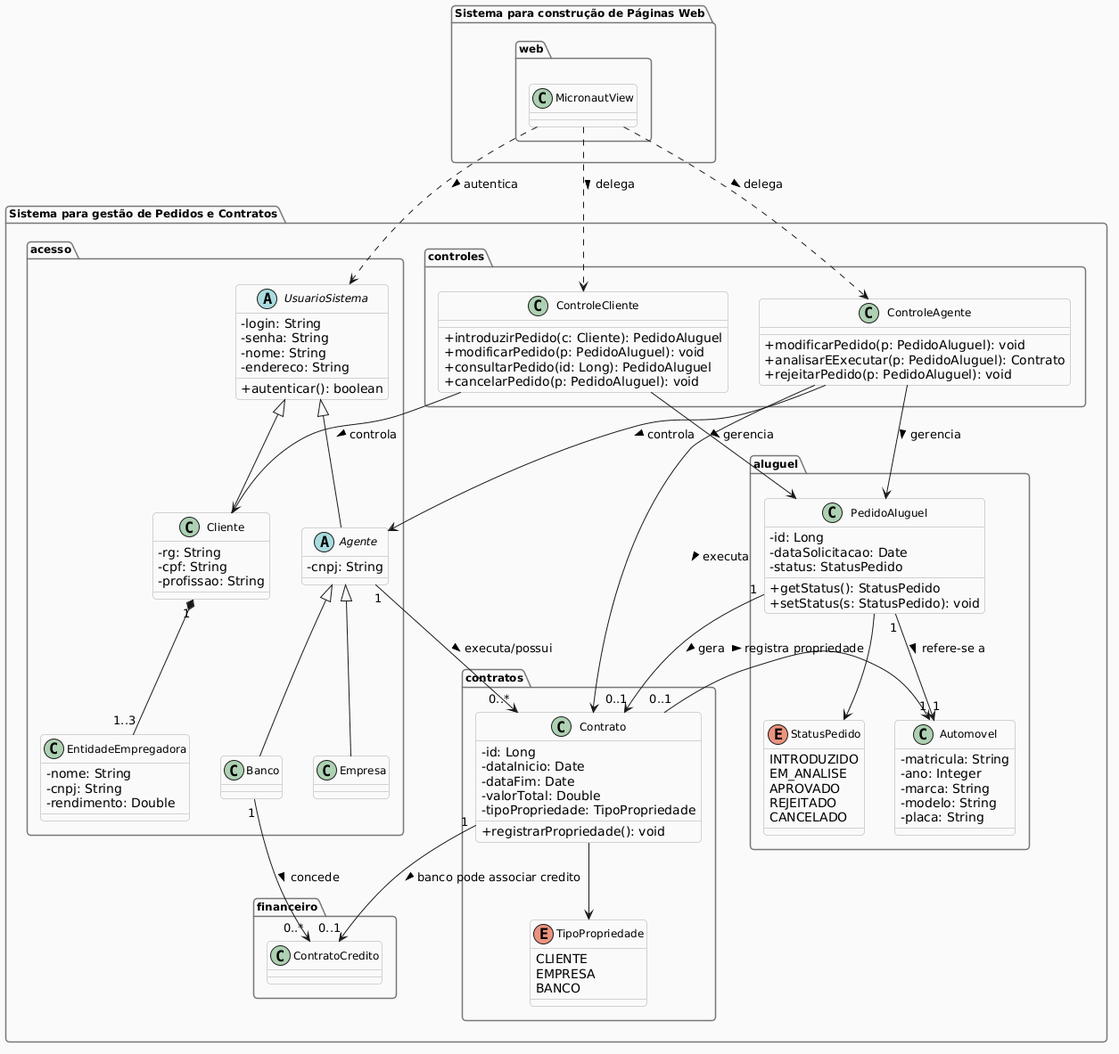
Above: docs/uml_classes_pacotes.png in Laboratorio-desenvolvimento/sistema-aluguel-carros (PlantUML), before the change.
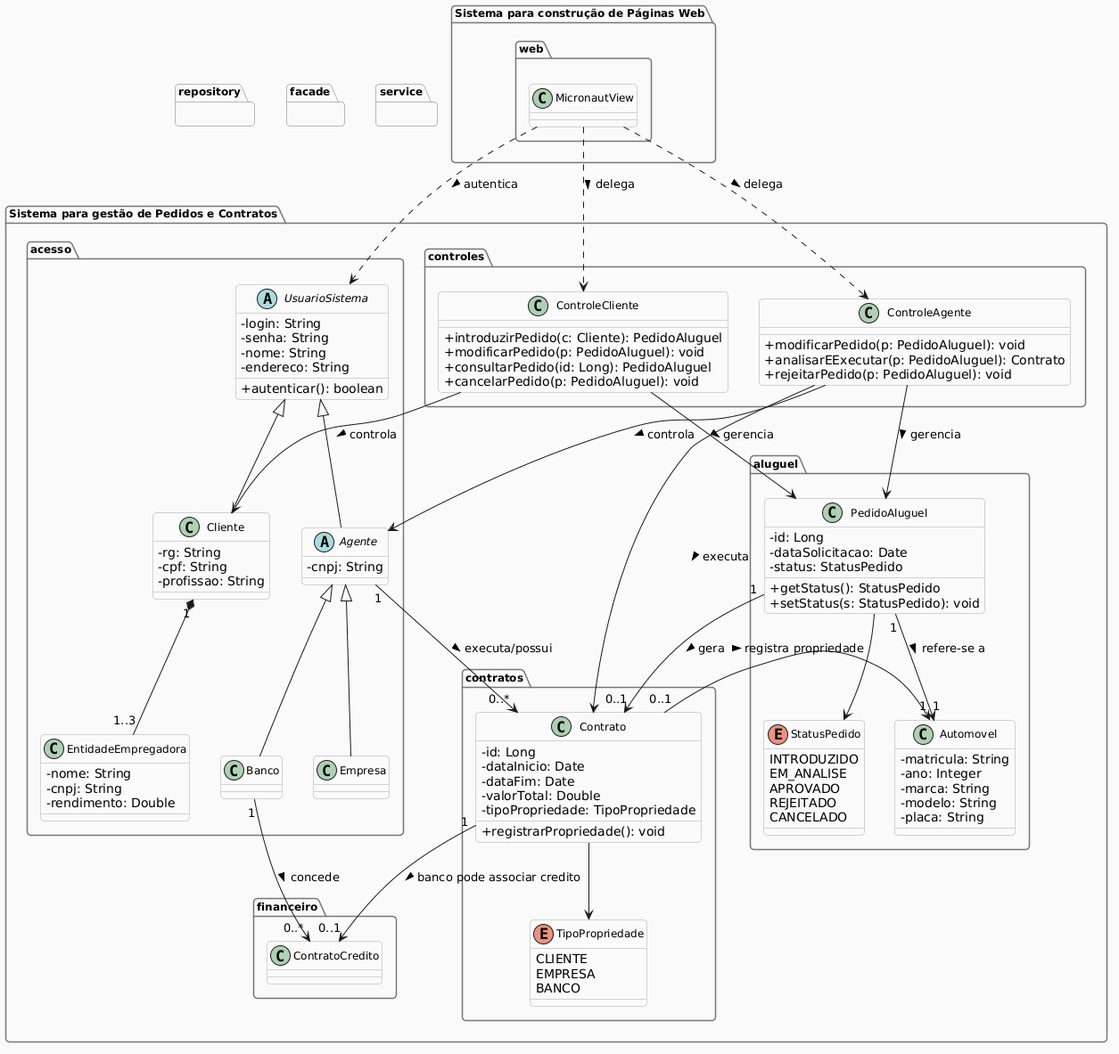
The same diagram one commit later.

Change to the diagram source:
```diff
@@ -153,4 +153,13 @@
 MicronautView ..> ControleCliente : delega >
 MicronautView ..> ControleAgente  : delega >
 MicronautView ..> UsuarioSistema  : autentica >
+
+package "repository" {
+}
+
+package "facade" {
+}
+
+package "service" {
+}
 @enduml
```
